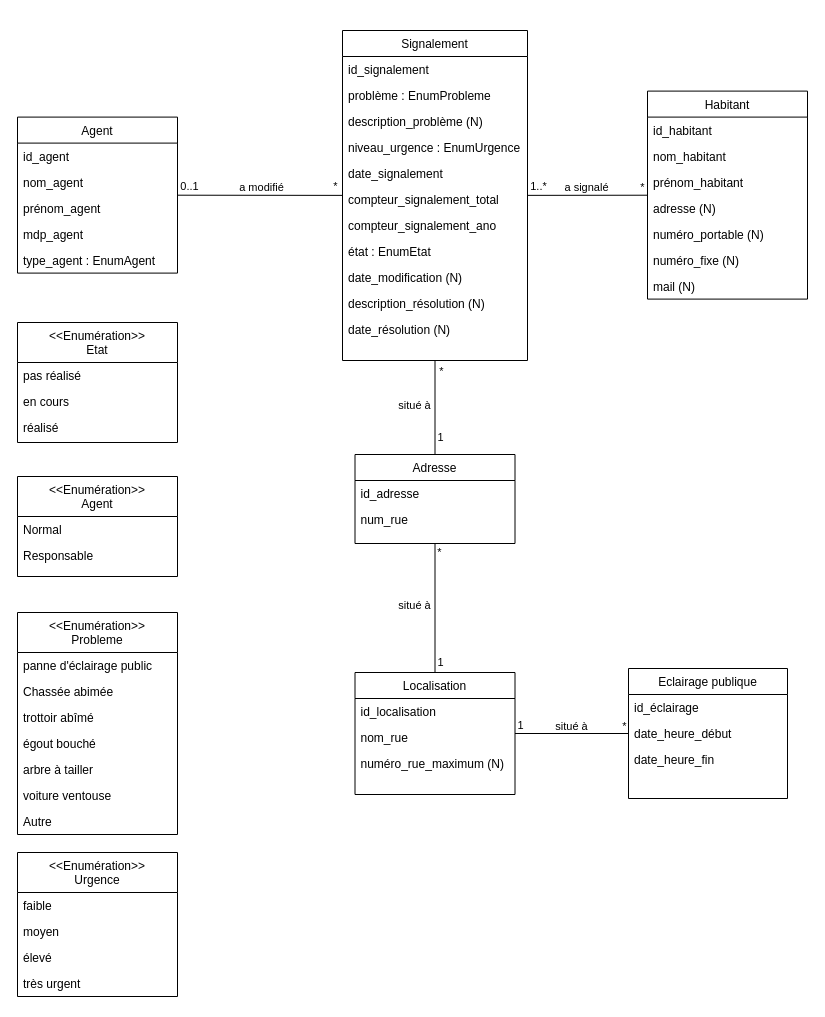
This is analyse_projet/diagrammes/projet_v6.drawio from Igniiis/CSI_Projet, a draw.io file, before an edit. Source tidied: cells renumbered, new cells numbered last; positions are measured from the earlier drawing's top-left corner, leaving out a move shared by most shapes. Both pictures are drawn from the tidied source at 100%, with x=0, y=0 at pixel (17, 30).
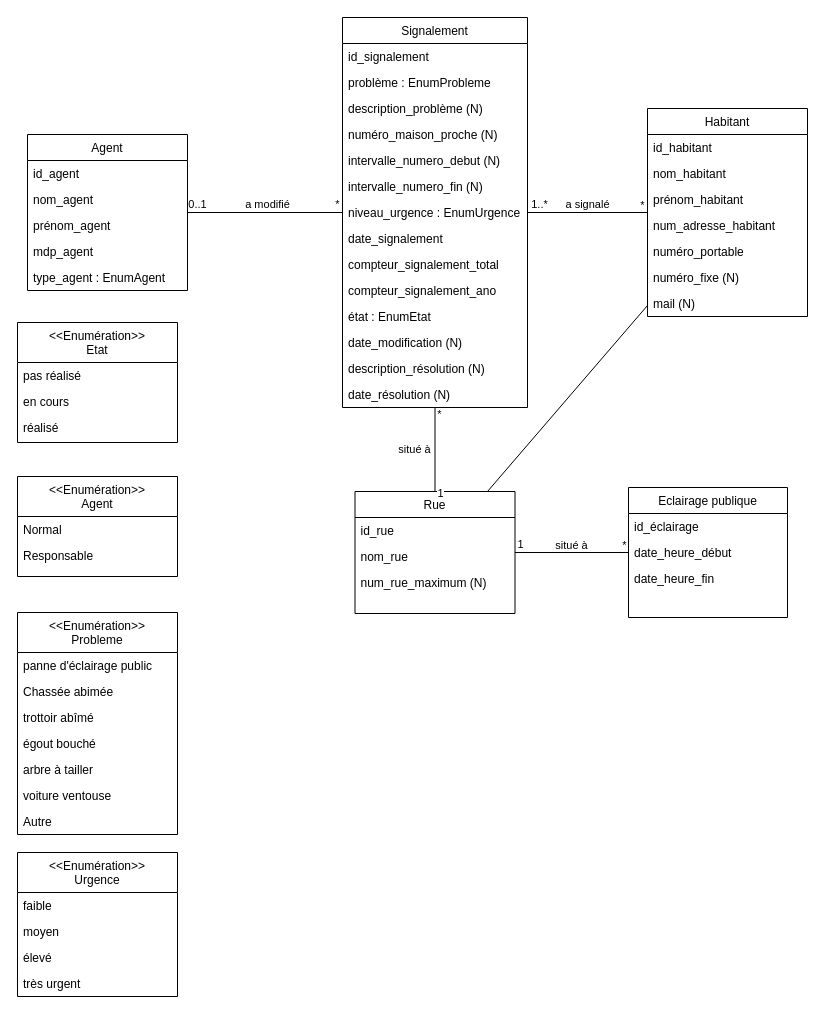
After the change.

Commit message:
Mettre à jour projet_v6.drawio

The change refers to these unchanged cells:
```xml
<mxCell id="26" style="endArrow=none;html=1;rounded=0;" parent="1" edge="1" source="2" target="14">
  <mxGeometry relative="1" as="geometry" />
</mxCell>
<mxCell id="30" style="endArrow=none;html=1;rounded=0;" parent="1" edge="1" source="34" target="2">
  <mxGeometry relative="1" as="geometry" />
</mxCell>
```

What changed in the source:
```diff
@@
     <mxCell id="2" value="Signalement" style="swimlane;fontStyle=0;align=center;verticalAlign=top;horizontal=1;startSize=26;rounded=0;shadow=0;strokeWidth=1;" parent="1" vertex="1">
-      <mxGeometry x="325" width="185" height="330" as="geometry" />
+      <mxGeometry x="325" y="-13" width="185" height="390" as="geometry" />
     </mxCell>
@@
+    <mxCell id="79" value="numéro_maison_proche (N)" style="text;align=left;verticalAlign=top;spacingLeft=4;spacingRight=4;overflow=hidden;rounded=0;shadow=0;html=0;" parent="2" vertex="1">
+      <mxGeometry y="104" width="185" height="26" as="geometry" />
+    </mxCell>
+    <mxCell id="80" value="intervalle_numero_debut (N)" style="text;align=left;verticalAlign=top;spacingLeft=4;spacingRight=4;overflow=hidden;rounded=0;shadow=0;html=0;" parent="2" vertex="1">
+      <mxGeometry y="130" width="185" height="26" as="geometry" />
+    </mxCell>
+    <mxCell id="81" value="intervalle_numero_fin (N)" style="text;align=left;verticalAlign=top;spacingLeft=4;spacingRight=4;overflow=hidden;rounded=0;shadow=0;html=0;" parent="2" vertex="1">
+      <mxGeometry y="156" width="185" height="26" as="geometry" />
+    </mxCell>
     <mxCell id="6" value="niveau_urgence : EnumUrgence" style="text;align=left;verticalAlign=top;spacingLeft=4;spacingRight=4;overflow=hidden;" parent="2" vertex="1">
-      <mxGeometry y="104" width="185" height="26" as="geometry" />
+      <mxGeometry y="182" width="185" height="26" as="geometry" />
     </mxCell>
     <mxCell id="7" value="date_signalement" style="text;align=left;verticalAlign=top;spacingLeft=4;spacingRight=4;overflow=hidden;" parent="2" vertex="1">
-      <mxGeometry y="130" width="185" height="26" as="geometry" />
+      <mxGeometry y="208" width="185" height="26" as="geometry" />
     </mxCell>
     <mxCell id="8" value="compteur_signalement_total" style="text;align=left;verticalAlign=top;spacingLeft=4;spacingRight=4;overflow=hidden;" parent="2" vertex="1">
-      <mxGeometry y="156" width="185" height="26" as="geometry" />
+      <mxGeometry y="234" width="185" height="26" as="geometry" />
     </mxCell>
     <mxCell id="9" value="compteur_signalement_ano" style="text;align=left;verticalAlign=top;spacingLeft=4;spacingRight=4;overflow=hidden;" parent="2" vertex="1">
-      <mxGeometry y="182" width="185" height="26" as="geometry" />
+      <mxGeometry y="260" width="185" height="26" as="geometry" />
     </mxCell>
     <mxCell id="10" value="état : EnumEtat" style="text;align=left;verticalAlign=top;spacingLeft=4;spacingRight=4;overflow=hidden;" parent="2" vertex="1">
-      <mxGeometry y="208" width="185" height="26" as="geometry" />
+      <mxGeometry y="286" width="185" height="26" as="geometry" />
     </mxCell>
     <mxCell id="11" value="date_modification (N)" style="text;align=left;verticalAlign=top;spacingLeft=4;spacingRight=4;overflow=hidden;" parent="2" vertex="1">
-      <mxGeometry y="234" width="185" height="26" as="geometry" />
+      <mxGeometry y="312" width="185" height="26" as="geometry" />
     </mxCell>
     <mxCell id="12" value="description_résolution (N)" style="text;align=left;verticalAlign=top;spacingLeft=4;spacingRight=4;overflow=hidden;" parent="2" vertex="1">
-      <mxGeometry y="260" width="185" height="26" as="geometry" />
+      <mxGeometry y="338" width="185" height="26" as="geometry" />
     </mxCell>
     <mxCell id="13" value="date_résolution (N)" style="text;align=left;verticalAlign=top;spacingLeft=4;spacingRight=4;overflow=hidden;" parent="2" vertex="1">
-      <mxGeometry y="286" width="185" height="26" as="geometry" />
+      <mxGeometry y="364" width="185" height="26" as="geometry" />
     </mxCell>
     <mxCell id="14" value="Habitant" style="swimlane;fontStyle=0;align=center;verticalAlign=top;horizontal=1;startSize=26;rounded=0;shadow=0;strokeWidth=1;" parent="1" vertex="1">
-      <mxGeometry x="630" y="60.6" width="160" height="208" as="geometry" />
+      <mxGeometry x="630" y="78" width="160" height="208" as="geometry" />
     </mxCell>
@@
-    <mxCell id="18" value="adresse (N)" style="text;align=left;verticalAlign=top;spacingLeft=4;spacingRight=4;overflow=hidden;" parent="14" vertex="1">
+    <mxCell id="18" value="num_adresse_habitant" style="text;align=left;verticalAlign=top;spacingLeft=4;spacingRight=4;overflow=hidden;" parent="14" vertex="1">
       <mxGeometry y="104" width="160" height="26" as="geometry" />
     </mxCell>
-    <mxCell id="19" value="numéro_portable (N)" style="text;align=left;verticalAlign=top;spacingLeft=4;spacingRight=4;overflow=hidden;" parent="14" vertex="1">
+    <mxCell id="19" value="numéro_portable" style="text;align=left;verticalAlign=top;spacingLeft=4;spacingRight=4;overflow=hidden;" parent="14" vertex="1">
       <mxGeometry y="130" width="160" height="26" as="geometry" />
     </mxCell>
@@
     <mxCell id="22" value="Eclairage publique" style="swimlane;fontStyle=0;align=center;verticalAlign=top;horizontal=1;startSize=26;rounded=0;shadow=0;strokeWidth=1;" parent="1" vertex="1">
-      <mxGeometry x="611" y="638" width="159" height="130" as="geometry" />
+      <mxGeometry x="611" y="457" width="159" height="130" as="geometry" />
     </mxCell>
@@
     <mxCell id="28" value="*" style="edgeLabel;html=1;align=center;verticalAlign=middle;" parent="26" vertex="1">
       <mxGeometry x="0.86" relative="1" as="geometry">
-        <mxPoint x="3" y="-8" as="offset" />
+        <mxPoint x="2" y="-8" as="offset" />
       </mxGeometry>
     </mxCell>
     <mxCell id="29" value="a signalé" style="edgeLabel;html=1;align=center;verticalAlign=middle;" parent="26" vertex="1">
       <mxGeometry x="0.12" relative="1" as="geometry">
-        <mxPoint x="-8" y="-8" as="offset" />
+        <mxPoint x="-8" y="-9" as="offset" />
       </mxGeometry>
     </mxCell>
@@
     <mxCell id="31" value="0..1" style="edgeLabel;html=1;align=center;verticalAlign=middle;" parent="30" vertex="1">
       <mxGeometry x="0.76" y="1" relative="1" as="geometry">
-        <mxPoint x="-134" y="-8" as="offset" />
+        <mxPoint x="-127" y="-8" as="offset" />
       </mxGeometry>
     </mxCell>
@@
     <mxCell id="33" value="a modifié" style="edgeLabel;html=1;align=center;verticalAlign=middle;" parent="30" vertex="1">
       <mxGeometry x="0.12" relative="1" as="geometry">
-        <mxPoint x="-8" y="-8" as="offset" />
+        <mxPoint x="-8" y="-9" as="offset" />
       </mxGeometry>
     </mxCell>
     <mxCell id="34" value="Agent" style="swimlane;fontStyle=0;align=center;verticalAlign=top;horizontal=1;startSize=26;rounded=0;shadow=0;strokeWidth=1;" parent="1" vertex="1">
-      <mxGeometry y="86.6" width="160" height="156" as="geometry" />
+      <mxGeometry x="10" y="104" width="160" height="156" as="geometry" />
     </mxCell>
@@
-    <mxCell id="40" value="Adresse" style="swimlane;fontStyle=0;align=center;verticalAlign=top;horizontal=1;startSize=26;rounded=0;shadow=0;strokeWidth=1;" parent="1" vertex="1">
-      <mxGeometry x="337.5" y="424" width="160" height="89" as="geometry" />
-    </mxCell>
-    <mxCell id="41" value="id_adresse" style="text;align=left;verticalAlign=top;spacingLeft=4;spacingRight=4;overflow=hidden;" parent="40" vertex="1">
-      <mxGeometry y="26" width="160" height="26" as="geometry" />
-    </mxCell>
-    <mxCell id="42" value="num_rue" style="text;align=left;verticalAlign=top;spacingLeft=4;spacingRight=4;overflow=hidden;" parent="40" vertex="1">
-      <mxGeometry y="52" width="160" height="26" as="geometry" />
-    </mxCell>
@@
-    <mxCell id="47" style="endArrow=none;html=1;rounded=0;" parent="1" edge="1" source="40" target="2">
-      <mxGeometry relative="1" as="geometry" />
-    </mxCell>
-    <mxCell id="48" value="1" style="edgeLabel;html=1;align=center;verticalAlign=middle;" parent="47" vertex="1">
-      <mxGeometry x="0.76" y="1" relative="1" as="geometry">
-        <mxPoint x="6" y="65" as="offset" />
-      </mxGeometry>
-    </mxCell>
-    <mxCell id="49" value="*" style="edgeLabel;html=1;align=center;verticalAlign=middle;" parent="47" vertex="1">
-      <mxGeometry x="0.86" relative="1" as="geometry">
-        <mxPoint x="6" y="3" as="offset" />
-      </mxGeometry>
-    </mxCell>
-    <mxCell id="50" value="situé à" style="edgeLabel;html=1;align=center;verticalAlign=middle;" parent="47" vertex="1">
-      <mxGeometry x="0.12" relative="1" as="geometry">
-        <mxPoint x="-21" y="3" as="offset" />
-      </mxGeometry>
-    </mxCell>
@@
-    <mxCell id="71" value="Localisation" style="swimlane;fontStyle=0;align=center;verticalAlign=top;horizontal=1;startSize=26;rounded=0;shadow=0;strokeWidth=1;" parent="1" vertex="1">
-      <mxGeometry x="337.5" y="642" width="160" height="122" as="geometry" />
+    <mxCell id="71" value="Rue" style="swimlane;fontStyle=0;align=center;verticalAlign=top;horizontal=1;startSize=26;rounded=0;shadow=0;strokeWidth=1;" parent="1" vertex="1">
+      <mxGeometry x="337.5" y="461" width="160" height="122" as="geometry" />
     </mxCell>
-    <mxCell id="72" value="id_localisation" style="text;align=left;verticalAlign=top;spacingLeft=4;spacingRight=4;overflow=hidden;" parent="71" vertex="1">
+    <mxCell id="72" value="id_rue" style="text;align=left;verticalAlign=top;spacingLeft=4;spacingRight=4;overflow=hidden;" parent="71" vertex="1">
       <mxGeometry y="26" width="160" height="26" as="geometry" />
     </mxCell>
@@
-    <mxCell id="74" value="numéro_rue_maximum (N)" style="text;align=left;verticalAlign=top;spacingLeft=4;spacingRight=4;overflow=hidden;" parent="71" vertex="1">
+    <mxCell id="74" value="num_rue_maximum (N)" style="text;align=left;verticalAlign=top;spacingLeft=4;spacingRight=4;overflow=hidden;" parent="71" vertex="1">
       <mxGeometry y="78" width="160" height="26" as="geometry" />
     </mxCell>
-    <mxCell id="75" style="endArrow=none;html=1;rounded=0;" parent="1" edge="1" source="71" target="40">
+    <mxCell id="75" style="endArrow=none;html=1;rounded=0;" parent="1" edge="1" source="71" target="2">
       <mxGeometry relative="1" as="geometry" />
     </mxCell>
     <mxCell id="76" value="1" style="edgeLabel;html=1;align=center;verticalAlign=middle;" parent="75" vertex="1">
       <mxGeometry x="0.76" y="1" relative="1" as="geometry">
-        <mxPoint x="6" y="103" as="offset" />
+        <mxPoint x="6" y="75" as="offset" />
       </mxGeometry>
     </mxCell>
     <mxCell id="77" value="*" style="edgeLabel;html=1;align=center;verticalAlign=middle;" parent="75" vertex="1">
       <mxGeometry x="0.86" relative="1" as="geometry">
-        <mxPoint x="4" y="-1" as="offset" />
+        <mxPoint x="4" as="offset" />
       </mxGeometry>
     </mxCell>
@@
+    <mxCell id="82" style="endArrow=none;html=1;rounded=0;" parent="1" edge="1" source="71" target="14">
+      <mxGeometry relative="1" as="geometry" />
+    </mxCell>
```
